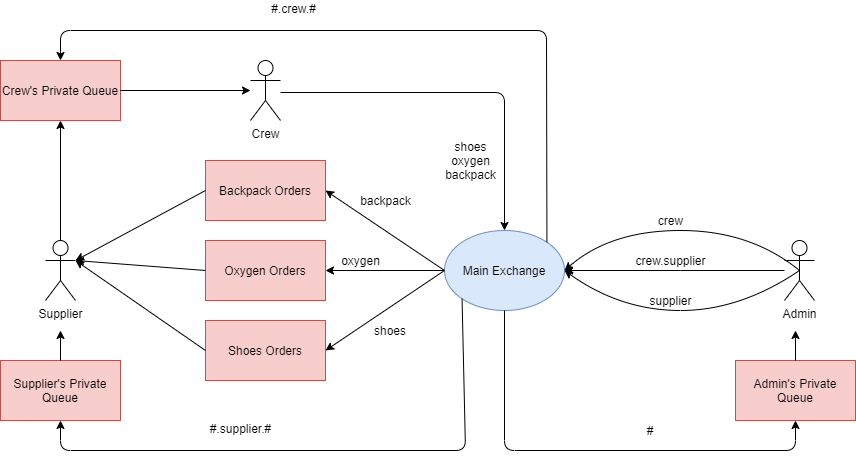
Earlier version of the draw.io export RabbitMq/diag.png (Pinioo/DistributedSystems). Source tidied: cells renumbered, new cells last; positions are measured from the earlier drawing's top-left corner, leaving out a move shared by most shapes. Its diagram source:
```xml
<mxGraphModel>
  <root>
    <mxCell id="0" />
    <mxCell id="1" parent="0" />
    <mxCell id="2" style="edgeStyle=orthogonalEdgeStyle;rounded=0;jettySize=auto;html=1;" parent="1" edge="1" source="3" target="18">
      <mxGeometry relative="1" as="geometry" />
    </mxCell>
    <mxCell id="3" value="Main&amp;nbsp;Exchange" style="ellipse;whiteSpace=wrap;html=1;fillColor=#dae8fc;strokeColor=#6c8ebf;" parent="1" vertex="1">
      <mxGeometry x="444" y="230" width="120" height="80" as="geometry" />
    </mxCell>
    <mxCell id="4" style="edgeStyle=orthogonalEdgeStyle;rounded=0;jettySize=auto;html=1;" parent="1" edge="1" source="5" target="3">
      <mxGeometry relative="1" as="geometry">
        <Array as="points">
          <mxPoint x="680" y="270" />
          <mxPoint x="680" y="270" />
        </Array>
      </mxGeometry>
    </mxCell>
    <mxCell id="5" value="Admin&lt;br&gt;" style="shape=umlActor;verticalLabelPosition=bottom;verticalAlign=top;html=1;outlineConnect=0;" parent="1" vertex="1">
      <mxGeometry x="784" y="240" width="30" height="60" as="geometry" />
    </mxCell>
    <mxCell id="6" value="Crew" style="shape=umlActor;verticalLabelPosition=bottom;verticalAlign=top;html=1;outlineConnect=0;" parent="1" vertex="1">
      <mxGeometry x="250" y="60" width="30" height="60" as="geometry" />
    </mxCell>
    <mxCell id="7" value="Supplier" style="shape=umlActor;verticalLabelPosition=bottom;verticalAlign=top;html=1;outlineConnect=0;" parent="1" vertex="1">
      <mxGeometry x="45" y="240" width="30" height="60" as="geometry" />
    </mxCell>
    <mxCell id="8" value="Admin's Private Queue" style="rounded=0;whiteSpace=wrap;html=1;rotation=0;fillColor=#f8cecc;strokeColor=#b85450;" parent="1" vertex="1">
      <mxGeometry x="735" y="360" width="120" height="60" as="geometry" />
    </mxCell>
    <mxCell id="9" style="endArrow=classic;html=1;exitX=0.5;exitY=0;exitDx=0;exitDy=0;" parent="1" edge="1" source="8">
      <mxGeometry relative="1" as="geometry">
        <mxPoint x="795" y="330" as="targetPoint" />
      </mxGeometry>
    </mxCell>
    <mxCell id="10" style="endArrow=classic;html=1;exitX=0.5;exitY=1;exitDx=0;exitDy=0;entryX=0.5;entryY=1;entryDx=0;entryDy=0;" parent="1" edge="1" source="3" target="8">
      <mxGeometry relative="1" as="geometry">
        <Array as="points">
          <mxPoint x="504" y="450" />
          <mxPoint x="795" y="450" />
        </Array>
      </mxGeometry>
    </mxCell>
    <mxCell id="11" style="curved=1;endArrow=classic;html=1;exitX=0.5;exitY=0.5;exitDx=0;exitDy=0;exitPerimeter=0;entryX=1;entryY=0.5;entryDx=0;entryDy=0;" parent="1" edge="1" source="5" target="3">
      <mxGeometry relative="1" as="geometry">
        <Array as="points">
          <mxPoint x="740" y="310" />
          <mxPoint x="620" y="310" />
        </Array>
      </mxGeometry>
    </mxCell>
    <mxCell id="12" style="curved=1;endArrow=classic;html=1;exitX=0.5;exitY=0.5;exitDx=0;exitDy=0;exitPerimeter=0;entryX=1;entryY=0.5;entryDx=0;entryDy=0;" parent="1" edge="1" source="5" target="3">
      <mxGeometry relative="1" as="geometry">
        <Array as="points">
          <mxPoint x="750" y="230" />
          <mxPoint x="610" y="230" />
        </Array>
      </mxGeometry>
    </mxCell>
    <mxCell id="13" value="crew.supplier" style="text;html=1;align=center;verticalAlign=middle;" parent="1" vertex="1">
      <mxGeometry x="625" y="250" width="90" height="20" as="geometry" />
    </mxCell>
    <mxCell id="14" value="crew" style="text;html=1;align=center;verticalAlign=middle;" parent="1" vertex="1">
      <mxGeometry x="650" y="210" width="40" height="20" as="geometry" />
    </mxCell>
    <mxCell id="15" value="supplier" style="text;html=1;align=center;verticalAlign=middle;" parent="1" vertex="1">
      <mxGeometry x="640" y="290" width="60" height="20" as="geometry" />
    </mxCell>
    <mxCell id="16" value="shoes" style="text;html=1;strokeColor=none;fillColor=none;align=center;verticalAlign=middle;whiteSpace=wrap;rounded=0;" parent="1" vertex="1">
      <mxGeometry x="370" y="320" width="40" height="20" as="geometry" />
    </mxCell>
    <mxCell id="17" value="#" style="text;html=1;strokeColor=none;fillColor=none;align=center;verticalAlign=middle;whiteSpace=wrap;rounded=0;" parent="1" vertex="1">
      <mxGeometry x="630" y="420" width="40" height="20" as="geometry" />
    </mxCell>
    <mxCell id="18" value="Oxygen Orders" style="rounded=0;whiteSpace=wrap;html=1;rotation=0;fillColor=#f8cecc;strokeColor=#b85450;" parent="1" vertex="1">
      <mxGeometry x="205" y="240" width="120" height="60" as="geometry" />
    </mxCell>
    <mxCell id="19" value="Shoes Orders" style="rounded=0;whiteSpace=wrap;html=1;rotation=0;fillColor=#f8cecc;strokeColor=#b85450;" parent="1" vertex="1">
      <mxGeometry x="205" y="320" width="120" height="60" as="geometry" />
    </mxCell>
    <mxCell id="20" value="Backpack Orders" style="rounded=0;whiteSpace=wrap;html=1;rotation=0;fillColor=#f8cecc;strokeColor=#b85450;" parent="1" vertex="1">
      <mxGeometry x="205" y="160" width="120" height="60" as="geometry" />
    </mxCell>
    <mxCell id="21" style="endArrow=classic;html=1;exitX=0;exitY=0.5;exitDx=0;exitDy=0;entryX=1;entryY=0.5;entryDx=0;entryDy=0;" parent="1" edge="1" source="3" target="20">
      <mxGeometry relative="1" as="geometry" />
    </mxCell>
    <mxCell id="22" style="endArrow=classic;html=1;exitX=0;exitY=0.5;exitDx=0;exitDy=0;entryX=1;entryY=0.5;entryDx=0;entryDy=0;" parent="1" edge="1" source="3" target="19">
      <mxGeometry relative="1" as="geometry" />
    </mxCell>
    <mxCell id="23" value="oxygen" style="text;html=1;align=center;verticalAlign=middle;" parent="1" vertex="1">
      <mxGeometry x="335" y="250" width="50" height="20" as="geometry" />
    </mxCell>
    <mxCell id="24" value="backpack" style="text;html=1;align=center;verticalAlign=middle;" parent="1" vertex="1">
      <mxGeometry x="350" y="190" width="70" height="20" as="geometry" />
    </mxCell>
    <mxCell id="25" style="endArrow=classic;html=1;entryX=0.5;entryY=0;entryDx=0;entryDy=0;" parent="1" edge="1" target="3">
      <mxGeometry relative="1" as="geometry">
        <mxPoint x="280" y="92" as="sourcePoint" />
        <Array as="points">
          <mxPoint x="504" y="92" />
        </Array>
      </mxGeometry>
    </mxCell>
    <mxCell id="26" value="shoes&lt;br&gt;oxygen&lt;br&gt;backpack" style="text;html=1;align=center;verticalAlign=middle;" parent="1" vertex="1">
      <mxGeometry x="435" y="135" width="70" height="50" as="geometry" />
    </mxCell>
    <mxCell id="27" style="endArrow=classic;html=1;exitX=0;exitY=0.5;exitDx=0;exitDy=0;entryX=1;entryY=0.3333333333333333;entryDx=0;entryDy=0;entryPerimeter=0;" parent="1" edge="1" source="20" target="7">
      <mxGeometry relative="1" as="geometry" />
    </mxCell>
    <mxCell id="28" style="endArrow=classic;html=1;exitX=0;exitY=0.5;exitDx=0;exitDy=0;entryX=1;entryY=0.3333333333333333;entryDx=0;entryDy=0;entryPerimeter=0;" parent="1" edge="1" source="18" target="7">
      <mxGeometry relative="1" as="geometry" />
    </mxCell>
    <mxCell id="29" style="endArrow=classic;html=1;exitX=0;exitY=0.5;exitDx=0;exitDy=0;entryX=1;entryY=0.3333333333333333;entryDx=0;entryDy=0;entryPerimeter=0;" parent="1" edge="1" source="19" target="7">
      <mxGeometry relative="1" as="geometry" />
    </mxCell>
    <mxCell id="30" value="Supplier's Private Queue" style="rounded=0;whiteSpace=wrap;html=1;rotation=0;fillColor=#f8cecc;strokeColor=#b85450;" parent="1" vertex="1">
      <mxGeometry y="360" width="120" height="60" as="geometry" />
    </mxCell>
    <mxCell id="31" style="endArrow=classic;html=1;exitX=0.5;exitY=0;exitDx=0;exitDy=0;" parent="1" edge="1" source="30">
      <mxGeometry relative="1" as="geometry">
        <mxPoint x="60" y="330" as="targetPoint" />
      </mxGeometry>
    </mxCell>
    <mxCell id="32" style="endArrow=classic;html=1;exitX=0;exitY=1;exitDx=0;exitDy=0;entryX=0.5;entryY=1;entryDx=0;entryDy=0;" parent="1" edge="1" source="3" target="30">
      <mxGeometry relative="1" as="geometry">
        <Array as="points">
          <mxPoint x="465" y="450" />
          <mxPoint x="60" y="450" />
        </Array>
      </mxGeometry>
    </mxCell>
    <mxCell id="33" value="#.supplier.#" style="text;html=1;align=center;verticalAlign=middle;" parent="1" vertex="1">
      <mxGeometry x="195" y="420" width="90" height="15" as="geometry" />
    </mxCell>
    <mxCell id="34" value="Crew's Private Queue" style="rounded=0;whiteSpace=wrap;html=1;fillColor=#f8cecc;strokeColor=#b85450;" parent="1" vertex="1">
      <mxGeometry y="60" width="120" height="60" as="geometry" />
    </mxCell>
    <mxCell id="35" style="endArrow=classic;html=1;exitX=1;exitY=0.5;exitDx=0;exitDy=0;" parent="1" edge="1" source="34" target="6">
      <mxGeometry relative="1" as="geometry" />
    </mxCell>
    <mxCell id="36" style="endArrow=classic;html=1;exitX=0.5;exitY=0;exitDx=0;exitDy=0;exitPerimeter=0;entryX=0.5;entryY=1;entryDx=0;entryDy=0;" parent="1" edge="1" source="7" target="34">
      <mxGeometry relative="1" as="geometry" />
    </mxCell>
    <mxCell id="37" style="endArrow=classic;html=1;exitX=1;exitY=0;exitDx=0;exitDy=0;entryX=0.5;entryY=0;entryDx=0;entryDy=0;" parent="1" edge="1" source="3" target="34">
      <mxGeometry relative="1" as="geometry">
        <Array as="points">
          <mxPoint x="546" y="30" />
          <mxPoint x="60" y="30" />
        </Array>
      </mxGeometry>
    </mxCell>
    <mxCell id="38" value="#.crew.#" style="text;html=1;align=center;verticalAlign=middle;" parent="1" vertex="1">
      <mxGeometry x="255" width="75" height="15" as="geometry" />
    </mxCell>
  </root>
</mxGraphModel>
```
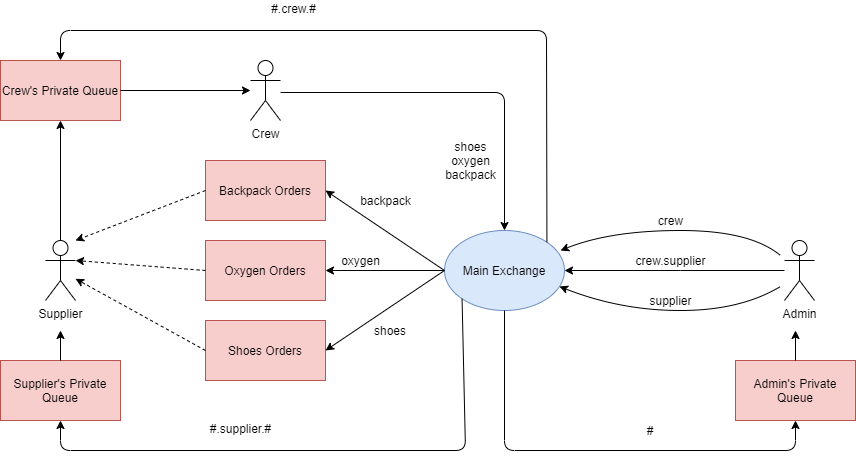
The same diagram one commit later.

Commit message:
Lab 2; logs repaired; diagram changes

Change to the diagram source:
```diff
@@ -41,16 +41,18 @@
         </Array>
       </mxGeometry>
     </mxCell>
-    <mxCell id="11" style="curved=1;endArrow=classic;html=1;exitX=0.5;exitY=0.5;exitDx=0;exitDy=0;exitPerimeter=0;entryX=1;entryY=0.5;entryDx=0;entryDy=0;" parent="1" edge="1" source="5" target="3">
+    <mxCell id="11" style="curved=1;endArrow=classic;html=1;entryX=0.958;entryY=0.7;entryDx=0;entryDy=0;entryPerimeter=0;" parent="1" edge="1" target="3">
       <mxGeometry relative="1" as="geometry">
+        <mxPoint x="780" y="286" as="sourcePoint" />
         <Array as="points">
           <mxPoint x="740" y="310" />
           <mxPoint x="620" y="310" />
         </Array>
       </mxGeometry>
     </mxCell>
-    <mxCell id="12" style="curved=1;endArrow=classic;html=1;exitX=0.5;exitY=0.5;exitDx=0;exitDy=0;exitPerimeter=0;entryX=1;entryY=0.5;entryDx=0;entryDy=0;" parent="1" edge="1" source="5" target="3">
+    <mxCell id="12" style="curved=1;endArrow=classic;html=1;entryX=0.967;entryY=0.25;entryDx=0;entryDy=0;entryPerimeter=0;" parent="1" edge="1" target="3">
       <mxGeometry relative="1" as="geometry">
+        <mxPoint x="780" y="255" as="sourcePoint" />
         <Array as="points">
           <mxPoint x="750" y="230" />
           <mxPoint x="610" y="230" />
@@ -104,13 +106,15 @@
     <mxCell id="26" value="shoes&lt;br&gt;oxygen&lt;br&gt;backpack" style="text;html=1;align=center;verticalAlign=middle;" parent="1" vertex="1">
       <mxGeometry x="435" y="135" width="70" height="50" as="geometry" />
     </mxCell>
-    <mxCell id="27" style="endArrow=classic;html=1;exitX=0;exitY=0.5;exitDx=0;exitDy=0;entryX=1;entryY=0.3333333333333333;entryDx=0;entryDy=0;entryPerimeter=0;" parent="1" edge="1" source="20" target="7">
-      <mxGeometry relative="1" as="geometry" />
+    <mxCell id="27" style="endArrow=classic;html=1;exitX=0;exitY=0.5;exitDx=0;exitDy=0;dashed=1;" parent="1" edge="1" source="20">
+      <mxGeometry relative="1" as="geometry">
+        <mxPoint x="75" y="240" as="targetPoint" />
+      </mxGeometry>
     </mxCell>
-    <mxCell id="28" style="endArrow=classic;html=1;exitX=0;exitY=0.5;exitDx=0;exitDy=0;entryX=1;entryY=0.3333333333333333;entryDx=0;entryDy=0;entryPerimeter=0;" parent="1" edge="1" source="18" target="7">
+    <mxCell id="28" style="endArrow=classic;html=1;exitX=0;exitY=0.5;exitDx=0;exitDy=0;entryX=1;entryY=0.3333333333333333;entryDx=0;entryDy=0;entryPerimeter=0;dashed=1;" parent="1" edge="1" source="18" target="7">
       <mxGeometry relative="1" as="geometry" />
     </mxCell>
-    <mxCell id="29" style="endArrow=classic;html=1;exitX=0;exitY=0.5;exitDx=0;exitDy=0;entryX=1;entryY=0.3333333333333333;entryDx=0;entryDy=0;entryPerimeter=0;" parent="1" edge="1" source="19" target="7">
+    <mxCell id="29" style="endArrow=classic;html=1;exitX=0;exitY=0.5;exitDx=0;exitDy=0;dashed=1;" parent="1" edge="1" source="19" target="7">
       <mxGeometry relative="1" as="geometry" />
     </mxCell>
     <mxCell id="30" value="Supplier's Private Queue" style="rounded=0;whiteSpace=wrap;html=1;rotation=0;fillColor=#f8cecc;strokeColor=#b85450;" parent="1" vertex="1">
```
